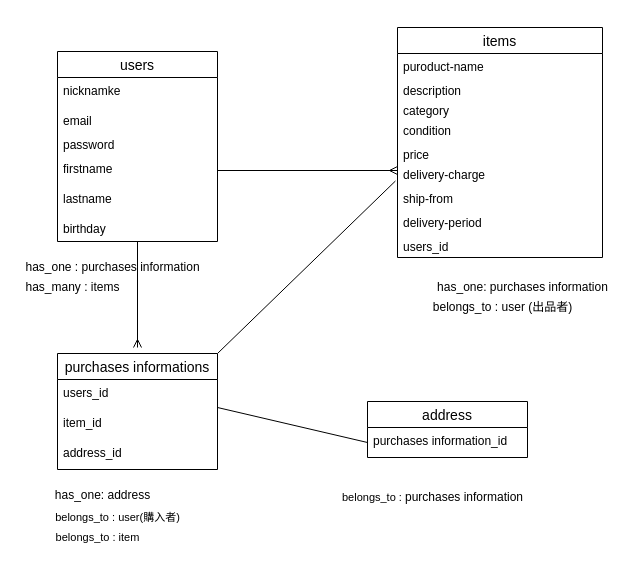
Above: page "ページ1" (1 of 2) of furima.dio in 55tommy/furima-38555 (draw.io), before the change. Source tidied: cells renumbered, new cells numbered last; positions are measured from the earlier drawing's top-left corner, leaving out a move shared by most shapes. Both pictures are drawn from the tidied source at 100%, with x=0, y=0 at pixel (17, 27).
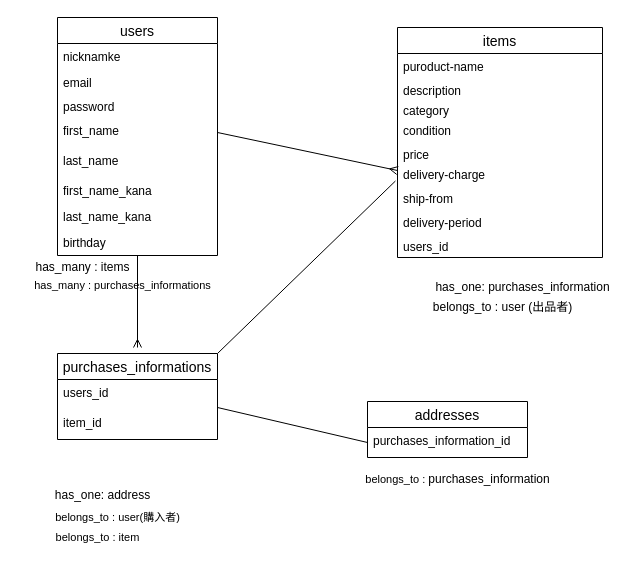
The same page after the edit.

The edit, as a diff of the source:
```diff
@@
     <mxCell id="13" value="users" style="swimlane;fontStyle=0;horizontal=1;startSize=26;align=center;fontSize=14;rounded=0;" parent="1" vertex="1">
-      <mxGeometry x="40" y="24" width="160" height="190" as="geometry" />
+      <mxGeometry x="40" y="-10" width="160" height="238" as="geometry" />
     </mxCell>
     <mxCell id="14" value="nicknamke" style="text;strokeColor=none;fillColor=none;spacingLeft=4;spacingRight=4;overflow=hidden;fontSize=12;rounded=0;" parent="13" vertex="1">
-      <mxGeometry y="26" width="160" height="30" as="geometry" />
+      <mxGeometry y="26" width="160" height="26" as="geometry" />
     </mxCell>
     <mxCell id="15" value="email" style="text;strokeColor=none;fillColor=none;spacingLeft=4;spacingRight=4;overflow=hidden;fontSize=12;rounded=0;" parent="13" vertex="1">
-      <mxGeometry y="56" width="160" height="24" as="geometry" />
+      <mxGeometry y="52" width="160" height="24" as="geometry" />
     </mxCell>
     <mxCell id="16" value="password" style="text;strokeColor=none;fillColor=none;spacingLeft=4;spacingRight=4;overflow=hidden;fontSize=12;rounded=0;" parent="13" vertex="1">
-      <mxGeometry y="80" width="160" height="24" as="geometry" />
+      <mxGeometry y="76" width="160" height="24" as="geometry" />
     </mxCell>
-    <mxCell id="17" value="firstname" style="text;strokeColor=none;fillColor=none;spacingLeft=4;spacingRight=4;overflow=hidden;points=[[0,0.5],[1,0.5]];portConstraint=eastwest;fontSize=12;rounded=0;" parent="13" vertex="1">
-      <mxGeometry y="104" width="160" height="30" as="geometry" />
+    <mxCell id="17" value="first_name" style="text;strokeColor=none;fillColor=none;spacingLeft=4;spacingRight=4;overflow=hidden;points=[[0,0.5],[1,0.5]];portConstraint=eastwest;fontSize=12;rounded=0;" parent="13" vertex="1">
+      <mxGeometry y="100" width="160" height="30" as="geometry" />
     </mxCell>
-    <mxCell id="18" value="lastname" style="text;strokeColor=none;fillColor=none;spacingLeft=4;spacingRight=4;overflow=hidden;fontSize=12;rounded=0;" parent="13" vertex="1">
-      <mxGeometry y="134" width="160" height="30" as="geometry" />
+    <mxCell id="18" value="last_name" style="text;strokeColor=none;fillColor=none;spacingLeft=4;spacingRight=4;overflow=hidden;fontSize=12;rounded=0;" parent="13" vertex="1">
+      <mxGeometry y="130" width="160" height="30" as="geometry" />
     </mxCell>
-    <mxCell id="19" value="birthday" style="text;strokeColor=none;fillColor=none;spacingLeft=4;spacingRight=4;overflow=hidden;fontSize=12;rounded=0;" parent="13" vertex="1">
-      <mxGeometry y="164" width="160" height="26" as="geometry" />
+    <mxCell id="19" value="first_name_kana" style="text;strokeColor=none;fillColor=none;spacingLeft=4;spacingRight=4;overflow=hidden;fontSize=12;rounded=0;" parent="13" vertex="1">
+      <mxGeometry y="160" width="160" height="26" as="geometry" />
     </mxCell>
+    <mxCell id="37" value="last_name_kana" style="text;strokeColor=none;fillColor=none;spacingLeft=4;spacingRight=4;overflow=hidden;fontSize=12;rounded=0;" parent="13" vertex="1">
+      <mxGeometry y="186" width="160" height="26" as="geometry" />
+    </mxCell>
+    <mxCell id="38" value="birthday" style="text;strokeColor=none;fillColor=none;spacingLeft=4;spacingRight=4;overflow=hidden;fontSize=12;rounded=0;" parent="13" vertex="1">
+      <mxGeometry y="212" width="160" height="26" as="geometry" />
+    </mxCell>
@@
-    <mxCell id="21" value="purchases informations" style="swimlane;fontStyle=0;horizontal=1;startSize=26;align=center;fontSize=14;rounded=0;" parent="1" vertex="1">
-      <mxGeometry x="40" y="326" width="160" height="116" as="geometry" />
+    <mxCell id="21" value="purchases_informations" style="swimlane;fontStyle=0;horizontal=1;startSize=26;align=center;fontSize=14;rounded=0;" parent="1" vertex="1">
+      <mxGeometry x="40" y="326" width="160" height="86" as="geometry" />
     </mxCell>
@@
-    <mxCell id="24" value="address_id" style="text;strokeColor=none;fillColor=none;spacingLeft=4;spacingRight=4;overflow=hidden;fontSize=12;rounded=0;" parent="21" vertex="1">
-      <mxGeometry y="86" width="160" height="30" as="geometry" />
-    </mxCell>
-    <mxCell id="25" value="address" style="swimlane;fontStyle=0;horizontal=1;startSize=26;align=center;fontSize=14;rounded=0;" parent="1" vertex="1">
+    <mxCell id="25" value="addresses" style="swimlane;fontStyle=0;horizontal=1;startSize=26;align=center;fontSize=14;rounded=0;" parent="1" vertex="1">
       <mxGeometry x="350" y="374" width="160" height="56" as="geometry" />
     </mxCell>
-    <mxCell id="26" value="&lt;font style=&quot;font-size: 12px&quot;&gt;has_one:&amp;nbsp;purchases information&lt;/font&gt;" style="text;html=1;align=center;verticalAlign=middle;strokeColor=none;fillColor=none;" parent="1" vertex="1">
+    <mxCell id="26" value="&lt;font style=&quot;font-size: 12px&quot;&gt;has_one:&amp;nbsp;purchases_information&lt;/font&gt;" style="text;html=1;align=center;verticalAlign=middle;strokeColor=none;fillColor=none;" parent="1" vertex="1">
       <mxGeometry x="410" y="250" width="190" height="20" as="geometry" />
     </mxCell>
     <mxCell id="27" value="has_many : items" style="text;html=1;align=center;verticalAlign=middle;strokeColor=none;fillColor=none;" parent="1" vertex="1">
-      <mxGeometry y="250" width="110" height="20" as="geometry" />
+      <mxGeometry x="10" y="230" width="110" height="20" as="geometry" />
     </mxCell>
@@
-    <mxCell id="29" value="&lt;font style=&quot;font-size: 12px&quot;&gt;has_one :&amp;nbsp;purchases information&lt;/font&gt;" style="text;html=1;align=center;verticalAlign=middle;strokeColor=none;fillColor=none;" parent="1" vertex="1">
-      <mxGeometry y="230" width="190" height="20" as="geometry" />
-    </mxCell>
@@
-    <mxCell id="32" value="purchases information_id" style="text;strokeColor=none;fillColor=none;spacingLeft=4;spacingRight=4;overflow=hidden;points=[[0,0.5],[1,0.5]];portConstraint=eastwest;fontSize=12;rounded=0;" parent="1" vertex="1">
+    <mxCell id="32" value="purchases_information_id" style="text;strokeColor=none;fillColor=none;spacingLeft=4;spacingRight=4;overflow=hidden;points=[[0,0.5],[1,0.5]];portConstraint=eastwest;fontSize=12;rounded=0;" parent="1" vertex="1">
       <mxGeometry x="350" y="400" width="160" height="30" as="geometry" />
     </mxCell>
@@
-    <mxCell id="36" value="belongs_to :&amp;nbsp;&lt;font style=&quot;font-size: 12px&quot;&gt;purchases information&lt;/font&gt;" style="text;html=1;align=center;verticalAlign=middle;strokeColor=none;fillColor=none;fontSize=11;fontFamily=Helvetica;fontColor=default;" parent="1" vertex="1">
-      <mxGeometry x="315" y="460" width="200" height="20" as="geometry" />
+    <mxCell id="36" value="belongs_to :&amp;nbsp;&lt;font style=&quot;font-size: 12px&quot;&gt;purchases_information&lt;/font&gt;" style="text;html=1;align=center;verticalAlign=middle;strokeColor=none;fillColor=none;fontSize=11;fontFamily=Helvetica;fontColor=default;" parent="1" vertex="1">
+      <mxGeometry x="340" y="442" width="200" height="20" as="geometry" />
     </mxCell>
+    <mxCell id="39" value="&lt;font style=&quot;font-size: 11px&quot;&gt;has_many :&amp;nbsp;purchases_informations&lt;br&gt;&lt;/font&gt;&amp;nbsp;" style="text;html=1;align=center;verticalAlign=middle;strokeColor=none;fillColor=none;fontSize=12;fontFamily=Helvetica;fontColor=default;" parent="1" vertex="1">
+      <mxGeometry x="10" y="250" width="190" height="30" as="geometry" />
+    </mxCell>
```
